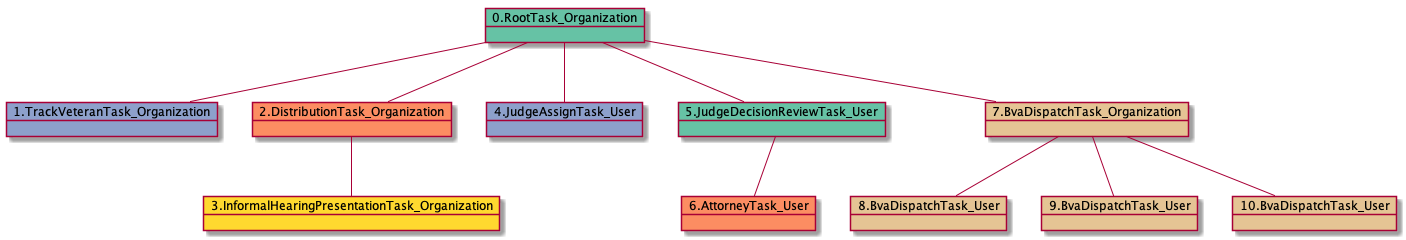
Above: docs-DR/uml/RTO.TVTO.DTO.IHPTO.JATU-34538.png in yoomlam/graphing (PlantUML), before the change.
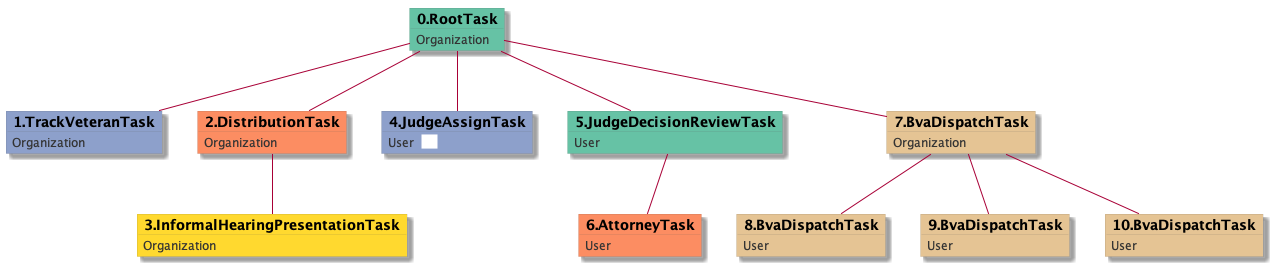
Above is the later version.

What changed in the source:
```diff
@@ -1,23 +1,53 @@
 @startuml
-object 0.RootTask_Organization #66c2a5
-object 1.TrackVeteranTask_Organization #8da0cb
-object 2.DistributionTask_Organization #fc8d62
-object 3.InformalHearingPresentationTask_Organization #ffd92f
-object 4.JudgeAssignTask_User #8da0cb
-object 5.JudgeDecisionReviewTask_User #66c2a5
-object 6.AttorneyTask_User #fc8d62
-object 7.BvaDispatchTask_Organization #e5c494
-object 8.BvaDispatchTask_User #e5c494
-object 9.BvaDispatchTask_User #e5c494
-object 10.BvaDispatchTask_User #e5c494
-0.RootTask_Organization -- 1.TrackVeteranTask_Organization
-0.RootTask_Organization -- 2.DistributionTask_Organization
-2.DistributionTask_Organization -- 3.InformalHearingPresentationTask_Organization
-0.RootTask_Organization -- 4.JudgeAssignTask_User
-0.RootTask_Organization -- 5.JudgeDecisionReviewTask_User
-5.JudgeDecisionReviewTask_User -- 6.AttorneyTask_User
-0.RootTask_Organization -- 7.BvaDispatchTask_Organization
-7.BvaDispatchTask_Organization -- 8.BvaDispatchTask_User
-7.BvaDispatchTask_Organization -- 9.BvaDispatchTask_User
-7.BvaDispatchTask_Organization -- 10.BvaDispatchTask_User
+skinparam {
+  ObjectBorderColor #555
+  ObjectBorderThickness 0
+  ObjectFontStyle bold
+  ObjectFontSize 14
+  ObjectAttributeFontColor #333
+  ObjectAttributeFontSize 12
+}
+  object 0.RootTask #66c2a5 {
+Organization
+}
+  object 1.TrackVeteranTask #8da0cb {
+Organization
+}
+  object 2.DistributionTask #fc8d62 {
+Organization
+}
+  object 3.InformalHearingPresentationTask #ffd92f {
+Organization
+}
+  object 4.JudgeAssignTask #8da0cb {
+User  <back:white>    </back>
+}
+  object 5.JudgeDecisionReviewTask #66c2a5 {
+User
+}
+  object 6.AttorneyTask #fc8d62 {
+User
+}
+  object 7.BvaDispatchTask #e5c494 {
+Organization
+}
+  object 8.BvaDispatchTask #e5c494 {
+User
+}
+  object 9.BvaDispatchTask #e5c494 {
+User
+}
+  object 10.BvaDispatchTask #e5c494 {
+User
+}
+0.RootTask -- 1.TrackVeteranTask
+0.RootTask -- 2.DistributionTask
+2.DistributionTask -- 3.InformalHearingPresentationTask
+0.RootTask -- 4.JudgeAssignTask
+0.RootTask -- 5.JudgeDecisionReviewTask
+5.JudgeDecisionReviewTask -- 6.AttorneyTask
+0.RootTask -- 7.BvaDispatchTask
+7.BvaDispatchTask -- 8.BvaDispatchTask
+7.BvaDispatchTask -- 9.BvaDispatchTask
+7.BvaDispatchTask -- 10.BvaDispatchTask
 @enduml
```
